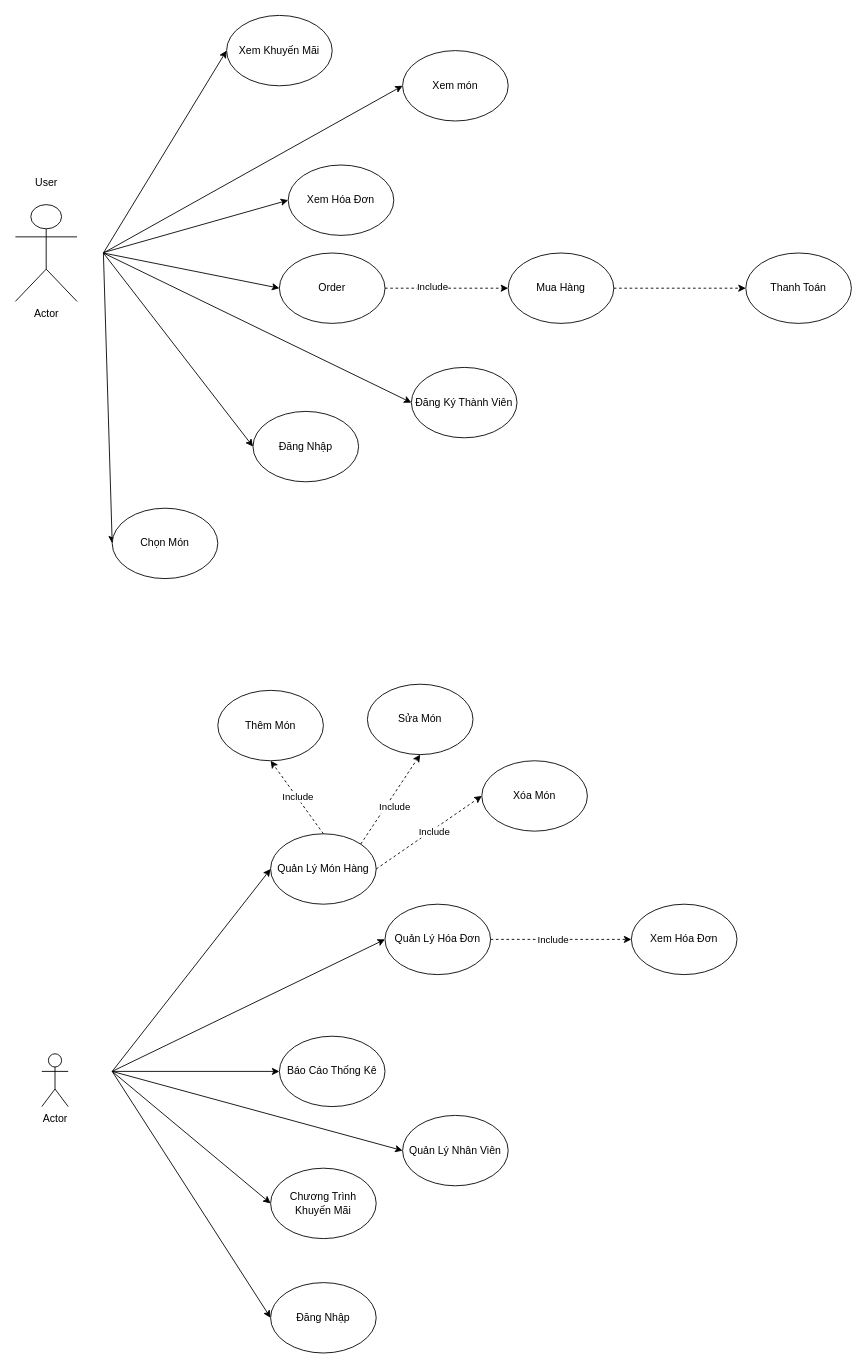
Earlier version of the draw.io diagram Untitled Diagram.drawio (tan0976861/PRN292). Source tidied: cells renumbered, new cells numbered last; positions are measured from the earlier drawing's top-left corner, leaving out a move shared by most shapes. Both pictures are drawn from the tidied source at 88%, with x=0, y=0 at pixel (15, 15).
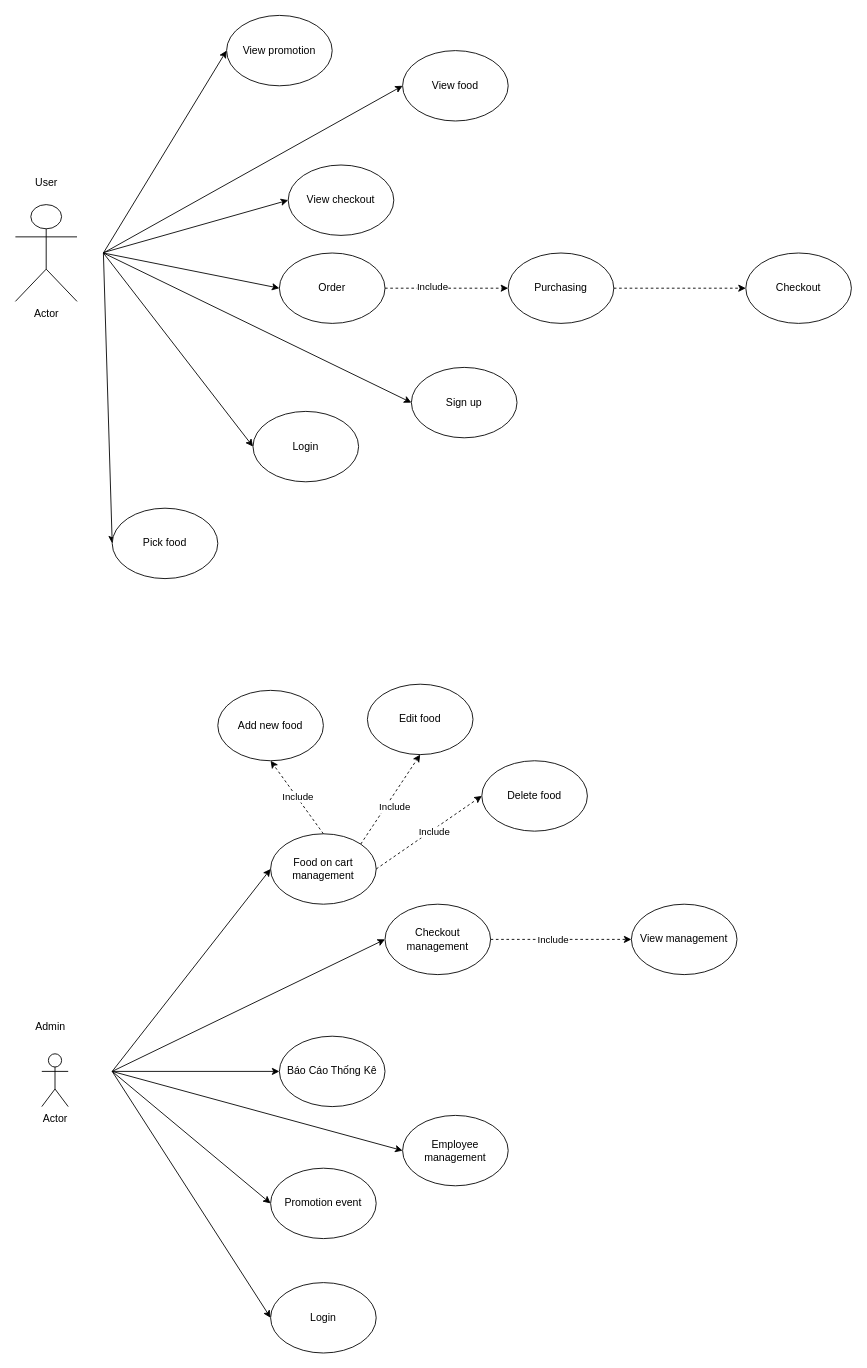
The same diagram, later.

Change to the diagram source:
```diff
@@
-    <mxCell id="3" value="Xem món" style="ellipse;whiteSpace=wrap;html=1;" parent="1" vertex="1">
+    <mxCell id="3" value="View food" style="ellipse;whiteSpace=wrap;html=1;" parent="1" vertex="1">
       <mxGeometry x="440" y="40" width="120" height="80" as="geometry" />
     </mxCell>
-    <mxCell id="4" value="Xem Hóa Đơn" style="ellipse;whiteSpace=wrap;html=1;" parent="1" vertex="1">
+    <mxCell id="4" value="View checkout" style="ellipse;whiteSpace=wrap;html=1;" parent="1" vertex="1">
       <mxGeometry x="310" y="170" width="120" height="80" as="geometry" />
     </mxCell>
@@
-    <mxCell id="12" value="Đăng Ký Thành Viên" style="ellipse;whiteSpace=wrap;html=1;" parent="1" vertex="1">
+    <mxCell id="12" value="Sign up" style="ellipse;whiteSpace=wrap;html=1;" parent="1" vertex="1">
       <mxGeometry x="450" y="400" width="120" height="80" as="geometry" />
     </mxCell>
-    <mxCell id="13" value="Xem Khuyến Mãi" style="ellipse;whiteSpace=wrap;html=1;" parent="1" vertex="1">
+    <mxCell id="13" value="View promotion" style="ellipse;whiteSpace=wrap;html=1;" parent="1" vertex="1">
       <mxGeometry x="240" width="120" height="80" as="geometry" />
     </mxCell>
-    <mxCell id="14" value="Chọn Món" style="ellipse;whiteSpace=wrap;html=1;" parent="1" vertex="1">
+    <mxCell id="14" value="Pick food" style="ellipse;whiteSpace=wrap;html=1;" parent="1" vertex="1">
       <mxGeometry x="110" y="560" width="120" height="80" as="geometry" />
     </mxCell>
@@
-    <mxCell id="17" value="Mua Hàng" style="ellipse;whiteSpace=wrap;html=1;" parent="1" vertex="1">
+    <mxCell id="17" value="Purchasing" style="ellipse;whiteSpace=wrap;html=1;" parent="1" vertex="1">
       <mxGeometry x="560" y="270" width="120" height="80" as="geometry" />
     </mxCell>
@@
-    <mxCell id="20" value="Quản Lý Hóa Đơn" style="ellipse;whiteSpace=wrap;html=1;" parent="1" vertex="1">
+    <mxCell id="20" value="Checkout management" style="ellipse;whiteSpace=wrap;html=1;" parent="1" vertex="1">
       <mxGeometry x="420" y="1010" width="120" height="80" as="geometry" />
     </mxCell>
-    <mxCell id="21" value="Đăng Nhập" style="ellipse;whiteSpace=wrap;html=1;" parent="1" vertex="1">
+    <mxCell id="21" value="Login" style="ellipse;whiteSpace=wrap;html=1;" parent="1" vertex="1">
       <mxGeometry x="290" y="1440" width="120" height="80" as="geometry" />
     </mxCell>
-    <mxCell id="22" value="Quản Lý Món Hàng" style="ellipse;whiteSpace=wrap;html=1;" parent="1" vertex="1">
+    <mxCell id="22" value="Food on cart management" style="ellipse;whiteSpace=wrap;html=1;" parent="1" vertex="1">
       <mxGeometry x="290" y="930" width="120" height="80" as="geometry" />
     </mxCell>
@@
-    <mxCell id="24" value="Quản Lý Nhân Viên" style="ellipse;whiteSpace=wrap;html=1;" parent="1" vertex="1">
+    <mxCell id="24" value="Employee management" style="ellipse;whiteSpace=wrap;html=1;" parent="1" vertex="1">
       <mxGeometry x="440" y="1250" width="120" height="80" as="geometry" />
     </mxCell>
-    <mxCell id="25" value="Chương Trình Khuyến Mãi" style="ellipse;whiteSpace=wrap;html=1;" parent="1" vertex="1">
+    <mxCell id="25" value="Promotion event" style="ellipse;whiteSpace=wrap;html=1;" parent="1" vertex="1">
       <mxGeometry x="290" y="1310" width="120" height="80" as="geometry" />
     </mxCell>
@@
-    <mxCell id="32" value="Sửa Món" style="ellipse;whiteSpace=wrap;html=1;" parent="1" vertex="1">
+    <mxCell id="32" value="Edit food" style="ellipse;whiteSpace=wrap;html=1;" parent="1" vertex="1">
       <mxGeometry x="400" y="760" width="120" height="80" as="geometry" />
     </mxCell>
-    <mxCell id="33" value="Xóa Món" style="ellipse;whiteSpace=wrap;html=1;" parent="1" vertex="1">
+    <mxCell id="33" value="Delete food" style="ellipse;whiteSpace=wrap;html=1;" parent="1" vertex="1">
       <mxGeometry x="530" y="847" width="120" height="80" as="geometry" />
     </mxCell>
-    <mxCell id="34" value="Thêm Món" style="ellipse;whiteSpace=wrap;html=1;" parent="1" vertex="1">
+    <mxCell id="34" value="Add new food" style="ellipse;whiteSpace=wrap;html=1;" parent="1" vertex="1">
       <mxGeometry x="230" y="767" width="120" height="80" as="geometry" />
     </mxCell>
-    <mxCell id="35" value="Xem Hóa Đơn" style="ellipse;whiteSpace=wrap;html=1;" parent="1" vertex="1">
+    <mxCell id="35" value="View management" style="ellipse;whiteSpace=wrap;html=1;" parent="1" vertex="1">
       <mxGeometry x="700" y="1010" width="120" height="80" as="geometry" />
     </mxCell>
-    <mxCell id="36" value="Thanh Toán" style="ellipse;whiteSpace=wrap;html=1;" parent="1" vertex="1">
+    <mxCell id="36" value="Checkout" style="ellipse;whiteSpace=wrap;html=1;" parent="1" vertex="1">
       <mxGeometry x="830" y="270" width="120" height="80" as="geometry" />
     </mxCell>
@@
-    <mxCell id="46" value="Đăng Nhập" style="ellipse;whiteSpace=wrap;html=1;" parent="1" vertex="1">
+    <mxCell id="46" value="Login" style="ellipse;whiteSpace=wrap;html=1;" parent="1" vertex="1">
       <mxGeometry x="270" y="450" width="120" height="80" as="geometry" />
     </mxCell>
@@
+    <mxCell id="48" value="Admin" style="text;html=1;strokeColor=none;fillColor=none;align=center;verticalAlign=middle;whiteSpace=wrap;rounded=0;" parent="1" vertex="1">
+      <mxGeometry x="20" y="1140" width="40" height="20" as="geometry" />
+    </mxCell>
```
